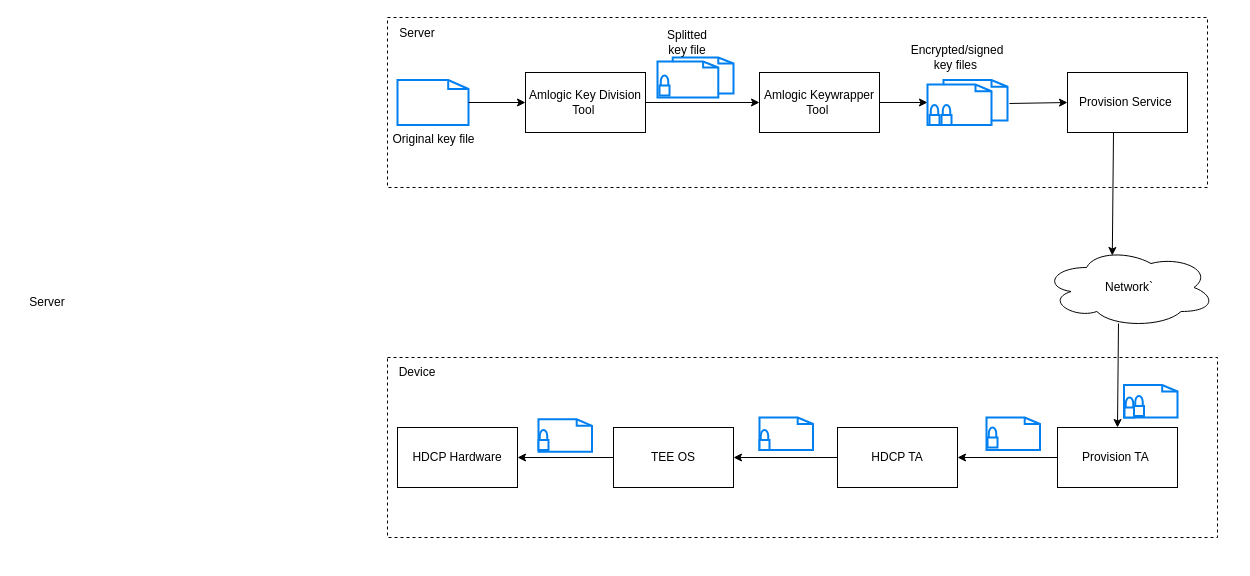
This is key_provision.drawio from sichunqin/draw.io, a draw.io file, before an edit. Source tidied: cells renumbered, new cells numbered last; positions are measured from the earlier drawing's top-left corner, leaving out a move shared by most shapes. Both pictures are drawn from the tidied source at 100%, with x=0, y=0 at pixel (17, 17).
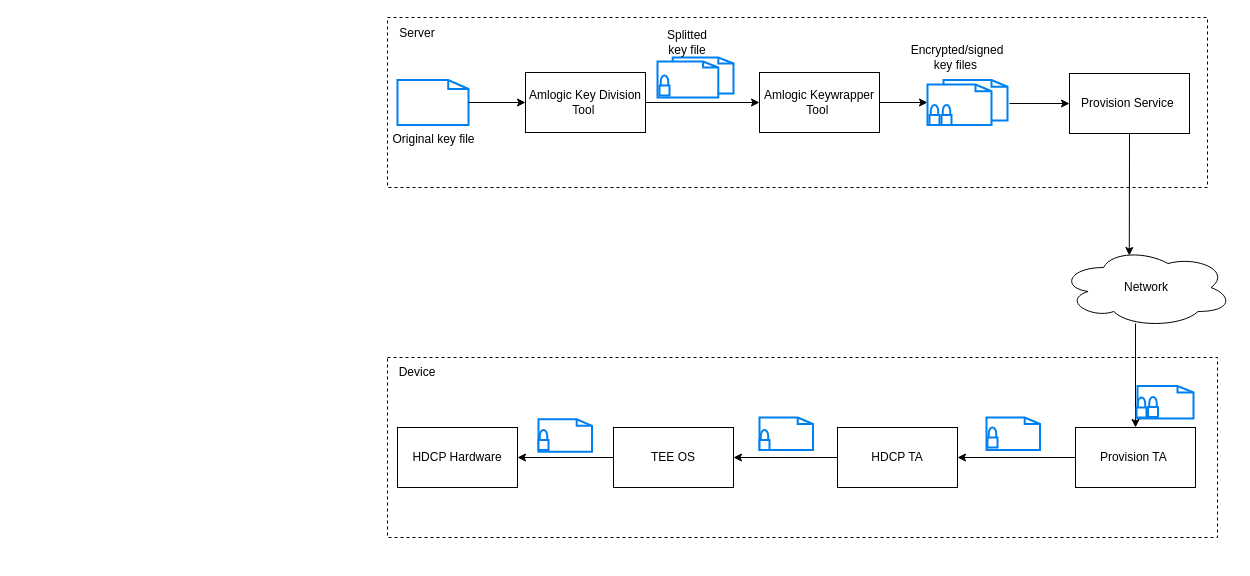
After the change.

The edit, as a diff of the source:
```diff
@@
     <mxCell id="3" style="html=1;verticalLabelPosition=bottom;align=center;labelBackgroundColor=#ffffff;verticalAlign=top;strokeWidth=2;strokeColor=#0080F0;shadow=0;dashed=0;shape=mxgraph.ios7.icons.document;" parent="1" vertex="1">
-      <mxGeometry x="1106.5" y="367.5" width="53.5" height="32.5" as="geometry" />
+      <mxGeometry x="1120" y="368.5" width="56" height="32.5" as="geometry" />
     </mxCell>
@@
     <mxCell id="13" value="Provision Service&amp;nbsp;" style="rounded=0;whiteSpace=wrap;html=1;" parent="1" vertex="1">
-      <mxGeometry x="1050" y="55" width="120" height="60" as="geometry" />
+      <mxGeometry x="1052" y="56" width="120" height="60" as="geometry" />
     </mxCell>
@@
-    <mxCell id="15" value="Server" style="text;html=1;strokeColor=none;fillColor=none;align=center;verticalAlign=middle;whiteSpace=wrap;rounded=0;" parent="1" vertex="1">
-      <mxGeometry y="270" width="60" height="30" as="geometry" />
-    </mxCell>
@@
     <mxCell id="18" value="Provision TA&amp;nbsp;" style="rounded=0;whiteSpace=wrap;html=1;" parent="1" vertex="1">
-      <mxGeometry x="1040" y="410" width="120" height="60" as="geometry" />
+      <mxGeometry x="1058" y="410" width="120" height="60" as="geometry" />
     </mxCell>
@@
-    <mxCell id="23" value="Network`" style="ellipse;shape=cloud;whiteSpace=wrap;html=1;" parent="1" vertex="1">
-      <mxGeometry x="1026" y="230" width="172" height="80" as="geometry" />
+    <mxCell id="23" value="Network" style="ellipse;shape=cloud;whiteSpace=wrap;html=1;" parent="1" vertex="1">
+      <mxGeometry x="1043" y="230" width="172" height="80" as="geometry" />
     </mxCell>
@@
-    <mxCell id="26" style="endArrow=classic;html=1;rounded=0;exitX=0.5;exitY=1;exitDx=0;exitDy=0;entryX=0.4;entryY=0.1;entryDx=0;entryDy=0;entryPerimeter=0;" parent="1" edge="1" target="23">
-      <mxGeometry relative="1" as="geometry">
-        <mxPoint x="1096" y="115" as="sourcePoint" />
-      </mxGeometry>
+    <mxCell id="26" style="endArrow=classic;html=1;rounded=0;exitX=0.5;exitY=1;exitDx=0;exitDy=0;entryX=0.4;entryY=0.1;entryDx=0;entryDy=0;entryPerimeter=0;" parent="1" edge="1" source="13" target="23">
+      <mxGeometry relative="1" as="geometry" />
     </mxCell>
@@
     <mxCell id="30" style="html=1;verticalLabelPosition=bottom;align=center;labelBackgroundColor=#ffffff;verticalAlign=top;strokeWidth=2;strokeColor=#0080F0;shadow=0;dashed=0;shape=mxgraph.ios7.icons.locked;" parent="1" vertex="1">
-      <mxGeometry x="1107" y="380" width="10" height="20" as="geometry" />
+      <mxGeometry x="1119" y="380" width="10" height="20" as="geometry" />
     </mxCell>
     <mxCell id="31" style="html=1;verticalLabelPosition=bottom;align=center;labelBackgroundColor=#ffffff;verticalAlign=top;strokeWidth=2;strokeColor=#0080F0;shadow=0;dashed=0;shape=mxgraph.ios7.icons.locked;" parent="1" vertex="1">
-      <mxGeometry x="1116.5" y="378.5" width="10" height="20" as="geometry" />
+      <mxGeometry x="1130.5" y="379.5" width="10" height="20" as="geometry" />
     </mxCell>
```
